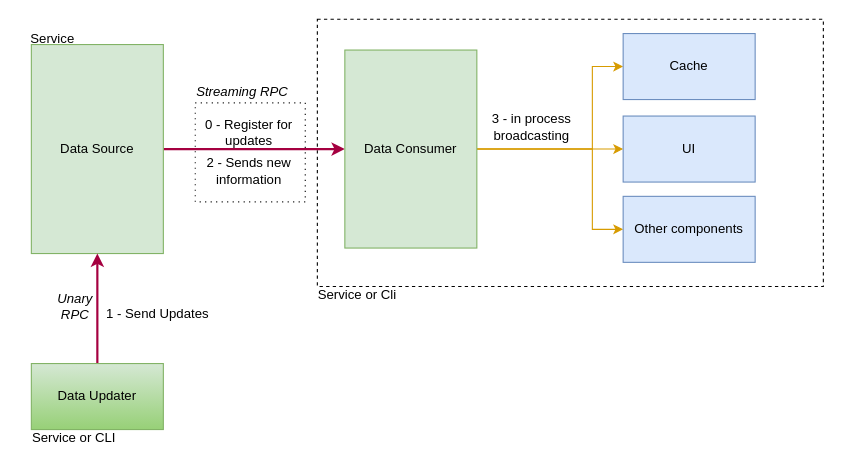
Earlier version of the draw.io diagram page "Streaming" (3 of 10) of docs/Jobico.drawio (andrescosta/jobico-fn). Source tidied: cells renumbered, new cells numbered last; positions are measured from the earlier drawing's top-left corner, leaving out a move shared by most shapes. Both pictures are drawn from the tidied source at 110%, with x=0, y=0 at pixel (19, 19).
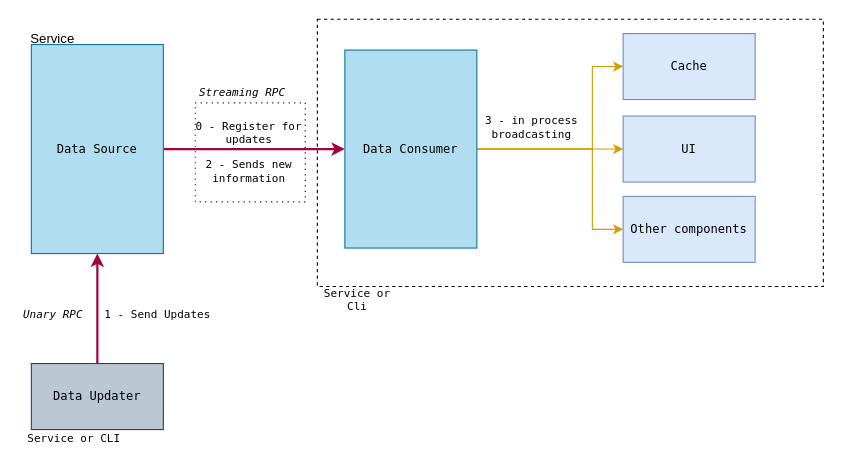
After the change.

What changed in the source:
```diff
@@
-    <mxCell id="4" value="Streaming RPC" style="text;html=1;strokeColor=none;fillColor=none;align=center;verticalAlign=middle;whiteSpace=wrap;rounded=0;fontSize=12;fontStyle=2;" parent="1" vertex="1">
+    <mxCell id="4" value="Streaming RPC" style="text;html=1;strokeColor=none;fillColor=none;align=center;verticalAlign=middle;whiteSpace=wrap;rounded=0;fontSize=10;fontStyle=2;fontFamily=Lucida Console;" parent="1" vertex="1">
       <mxGeometry x="155" y="51" width="96" height="30" as="geometry" />
     </mxCell>
@@
-    <mxCell id="6" value="Data Source" style="rounded=0;whiteSpace=wrap;html=1;fillColor=#d5e8d4;strokeColor=#82b366;" parent="1" vertex="1">
+    <mxCell id="6" value="Data Source" style="rounded=0;whiteSpace=wrap;html=1;fillColor=#b1ddf0;strokeColor=#10739e;fontFamily=Lucida Console;fontSize=11;" parent="1" vertex="1">
       <mxGeometry x="11" y="23" width="120" height="190" as="geometry" />
     </mxCell>
@@
-    <mxCell id="8" value="Data Updater" style="rounded=0;whiteSpace=wrap;html=1;fillColor=#d5e8d4;strokeColor=#82b366;gradientColor=#97d077;" parent="1" vertex="1">
+    <mxCell id="8" value="Data Updater" style="rounded=0;whiteSpace=wrap;html=1;fillColor=#bac8d3;strokeColor=#23445d;fontFamily=Lucida Console;fontSize=11;" parent="1" vertex="1">
       <mxGeometry x="11" y="313" width="120" height="60" as="geometry" />
     </mxCell>
@@
-    <mxCell id="12" value="Data Consumer" style="rounded=0;whiteSpace=wrap;html=1;fillColor=#d5e8d4;strokeColor=#82b366;" parent="1" vertex="1">
+    <mxCell id="12" value="Data Consumer" style="rounded=0;whiteSpace=wrap;html=1;fillColor=#b1ddf0;strokeColor=#10739e;fontFamily=Lucida Console;fontSize=11;" parent="1" vertex="1">
       <mxGeometry x="296" y="28" width="120" height="180" as="geometry" />
     </mxCell>
-    <mxCell id="13" value="Cache" style="rounded=0;whiteSpace=wrap;html=1;fillColor=#dae8fc;strokeColor=#6c8ebf;" parent="1" vertex="1">
+    <mxCell id="13" value="Cache" style="rounded=0;whiteSpace=wrap;html=1;fillColor=#dae8fc;strokeColor=#6c8ebf;fontFamily=Lucida Console;fontSize=11;" parent="1" vertex="1">
       <mxGeometry x="549" y="13" width="120" height="60" as="geometry" />
     </mxCell>
-    <mxCell id="14" value="UI" style="rounded=0;whiteSpace=wrap;html=1;fillColor=#dae8fc;strokeColor=#6c8ebf;" parent="1" vertex="1">
+    <mxCell id="14" value="UI" style="rounded=0;whiteSpace=wrap;html=1;fillColor=#dae8fc;strokeColor=#6c8ebf;fontFamily=Lucida Console;fontSize=11;" parent="1" vertex="1">
       <mxGeometry x="549" y="88" width="120" height="60" as="geometry" />
     </mxCell>
-    <mxCell id="15" value="Other components" style="rounded=0;whiteSpace=wrap;html=1;fillColor=#dae8fc;strokeColor=#6c8ebf;" parent="1" vertex="1">
+    <mxCell id="15" value="Other components" style="rounded=0;whiteSpace=wrap;html=1;fillColor=#dae8fc;strokeColor=#6c8ebf;fontFamily=Lucida Console;fontSize=11;" parent="1" vertex="1">
       <mxGeometry x="549" y="161" width="120" height="60" as="geometry" />
     </mxCell>
-    <mxCell id="16" value="1 - Send Updates" style="text;html=1;strokeColor=none;fillColor=none;align=center;verticalAlign=middle;whiteSpace=wrap;rounded=0;" parent="1" vertex="1">
+    <mxCell id="16" value="1 - Send Updates" style="text;html=1;strokeColor=none;fillColor=none;align=center;verticalAlign=middle;whiteSpace=wrap;rounded=0;fontFamily=Lucida Console;fontSize=10;fontStyle=0;" parent="1" vertex="1">
       <mxGeometry x="76" y="253" width="100" height="30" as="geometry" />
     </mxCell>
-    <mxCell id="17" value="0 - Register for updates" style="text;html=1;strokeColor=none;fillColor=none;align=center;verticalAlign=middle;whiteSpace=wrap;rounded=0;" parent="1" vertex="1">
+    <mxCell id="17" value="0 - Register for updates" style="text;html=1;strokeColor=none;fillColor=none;align=center;verticalAlign=middle;whiteSpace=wrap;rounded=0;fontFamily=Lucida Console;fontSize=10;fontStyle=0;" parent="1" vertex="1">
       <mxGeometry x="159" y="88" width="100" height="30" as="geometry" />
     </mxCell>
-    <mxCell id="18" value="2 - Sends new information" style="text;html=1;strokeColor=none;fillColor=none;align=center;verticalAlign=middle;whiteSpace=wrap;rounded=0;" parent="1" vertex="1">
+    <mxCell id="18" value="2 - Sends new information" style="text;html=1;strokeColor=none;fillColor=none;align=center;verticalAlign=middle;whiteSpace=wrap;rounded=0;fontFamily=Lucida Console;fontSize=10;fontStyle=0;" parent="1" vertex="1">
       <mxGeometry x="159" y="123" width="100" height="30" as="geometry" />
     </mxCell>
-    <mxCell id="19" value="Service or Cli" style="text;html=1;strokeColor=none;fillColor=none;align=center;verticalAlign=middle;whiteSpace=wrap;rounded=0;" parent="1" vertex="1">
-      <mxGeometry x="265" y="236" width="85" height="30" as="geometry" />
+    <mxCell id="19" value="Service or Cli" style="text;html=1;strokeColor=none;fillColor=none;align=center;verticalAlign=middle;whiteSpace=wrap;rounded=0;fontFamily=Lucida Console;fontSize=10;fontStyle=0;" parent="1" vertex="1">
+      <mxGeometry x="265" y="240" width="85" height="30" as="geometry" />
     </mxCell>
-    <mxCell id="20" value="Unary RPC" style="text;html=1;align=center;verticalAlign=middle;whiteSpace=wrap;rounded=0;fontStyle=2;" parent="1" vertex="1">
-      <mxGeometry x="21" y="246" width="60" height="30" as="geometry" />
+    <mxCell id="20" value="Unary RPC" style="text;html=1;align=center;verticalAlign=middle;whiteSpace=wrap;rounded=0;fontStyle=2;fontFamily=Lucida Console;fontSize=10;" parent="1" vertex="1">
+      <mxGeometry x="1" y="253" width="60" height="30" as="geometry" />
     </mxCell>
-    <mxCell id="21" value="Service or CLI" style="text;html=1;strokeColor=none;fillColor=none;align=center;verticalAlign=middle;whiteSpace=wrap;rounded=0;" parent="1" vertex="1">
+    <mxCell id="21" value="Service or CLI" style="text;html=1;strokeColor=none;fillColor=none;align=center;verticalAlign=middle;whiteSpace=wrap;rounded=0;fontFamily=Lucida Console;fontSize=10;fontStyle=0;" parent="1" vertex="1">
       <mxGeometry y="366" width="100" height="30" as="geometry" />
     </mxCell>
@@
-    <mxCell id="23" value="3 - in process broadcasting" style="text;html=1;strokeColor=none;fillColor=none;align=center;verticalAlign=middle;whiteSpace=wrap;rounded=0;" parent="1" vertex="1">
+    <mxCell id="23" value="3 - in process broadcasting" style="text;html=1;strokeColor=none;fillColor=none;align=center;verticalAlign=middle;whiteSpace=wrap;rounded=0;fontFamily=Lucida Console;fontSize=10;fontStyle=0;" parent="1" vertex="1">
       <mxGeometry x="416" y="83" width="100" height="30" as="geometry" />
     </mxCell>
```
